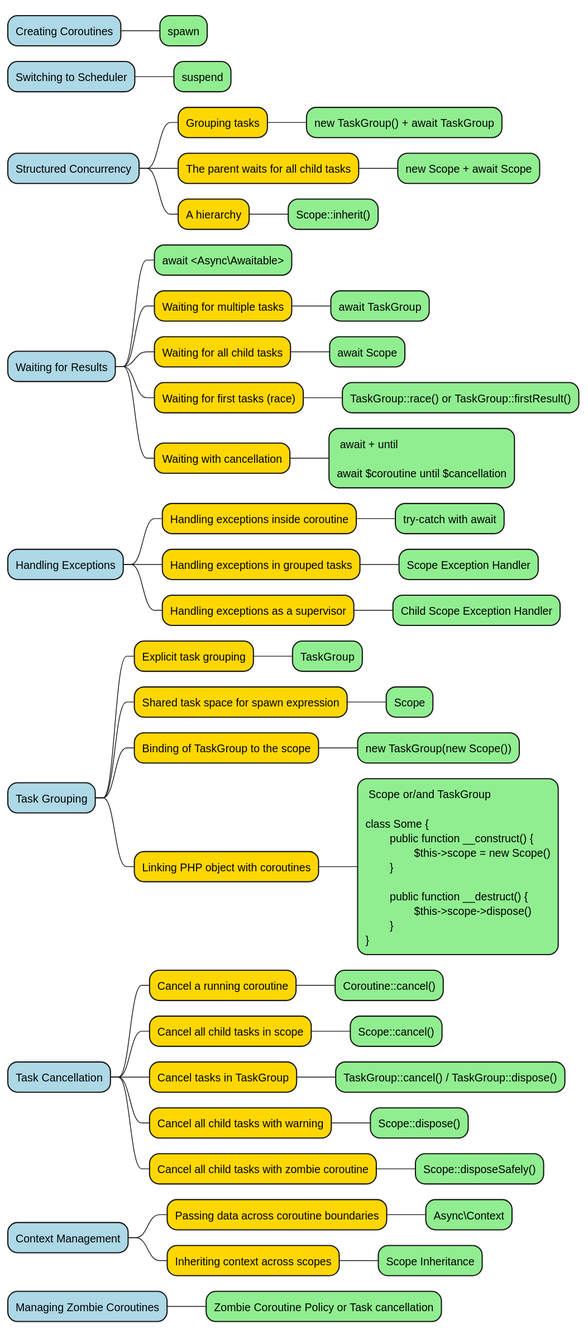
Above: diagrams/mind-map.svg in true-async/php-true-async-rfc (PlantUML), before the change.
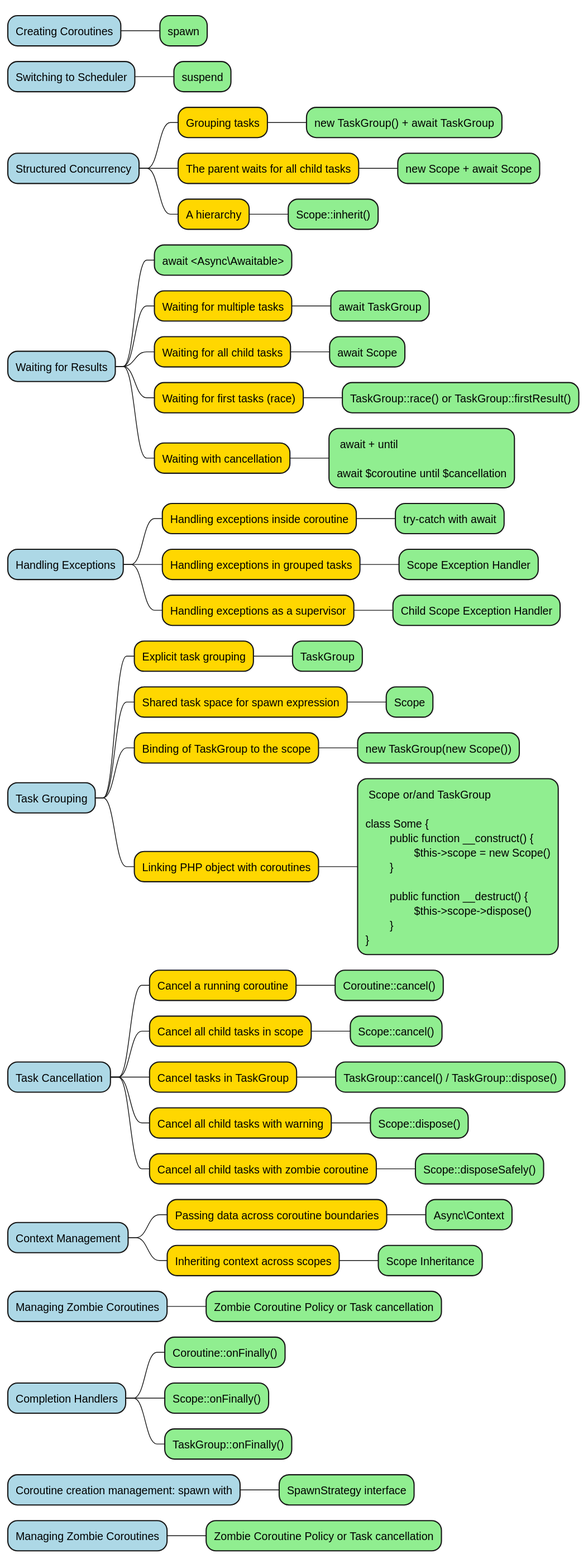
Above is the later version.

Commit message:
Update mind-map and decision-tree diagrams to include Scope::onFinally() and TaskGroup::onFinally() for improved coroutine management

Diff of the diagram source:
```diff
@@ -64,6 +64,18 @@
 ***[#lightgreen] Async\Context
 **[#FFD700] Inheriting context across scopes
 ***[#lightgreen] Scope Inheritance
+
+*[#lightblue] Managing Zombie Coroutines
+**[#lightgreen] Zombie Coroutine Policy or Task cancellation
+
+*[#lightblue] Completion Handlers
+**[#lightgreen] Coroutine::onFinally()
+**[#lightgreen] Scope::onFinally()
+**[#lightgreen] TaskGroup::onFinally()
+
+*[#lightblue]  Coroutine creation management: spawn with
+**[#lightgreen] SpawnStrategy interface
+
 *[#lightblue] Managing Zombie Coroutines
 **[#lightgreen] Zombie Coroutine Policy or Task cancellation
 @endmindmap
```
